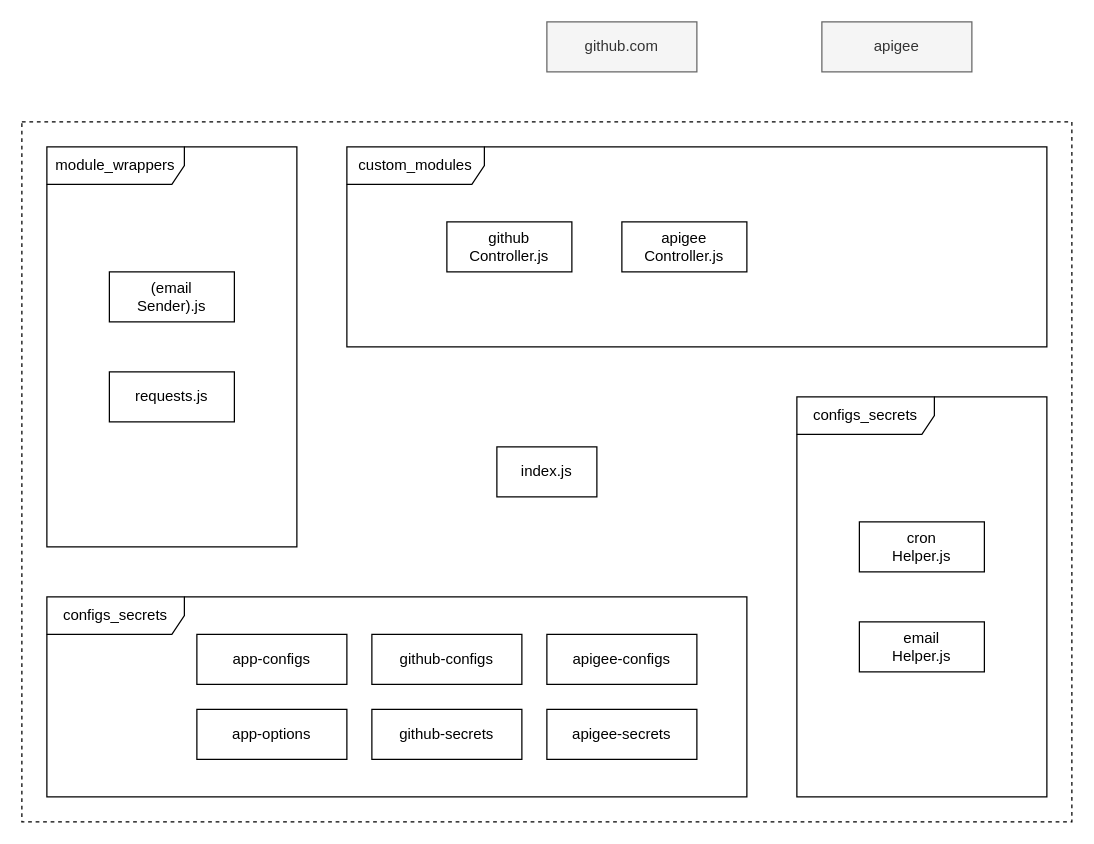
akshitsingla/drawio-diagrams keeps this draw.io diagram as page "modular-architecture" (2 of 3) of a4d/github-leaked-creds.drawio. Above is the earlier version. Source tidied: cells renumbered, new cells numbered last; positions are measured from the earlier drawing's top-left corner, leaving out a move shared by most shapes. Both pictures are drawn from the tidied source at 125%, with x=0, y=0 at pixel (21, 21).
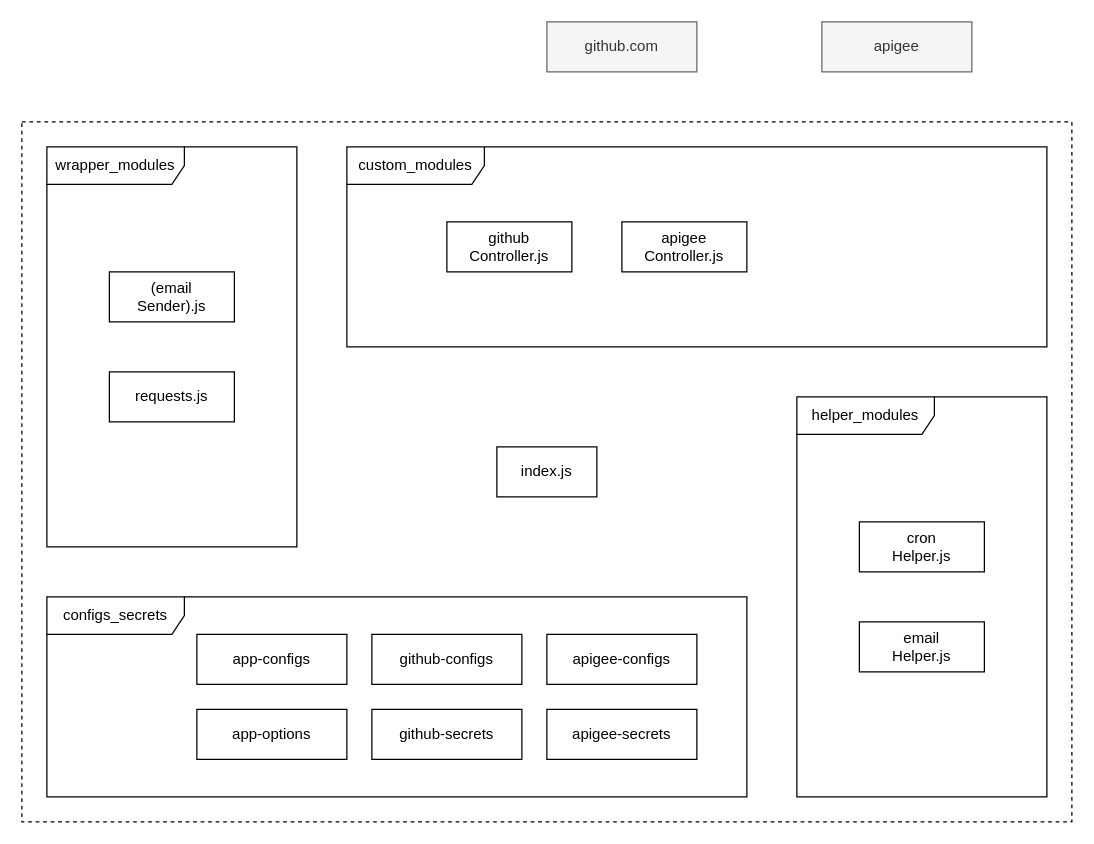
The same page after the edit.

What changed in the source:
```diff
@@
-    <mxCell id="4" value="module_wrappers" style="shape=umlFrame;whiteSpace=wrap;html=1;fillColor=#ffffff;width=110;height=30;" parent="1" vertex="1">
+    <mxCell id="4" value="wrapper_modules" style="shape=umlFrame;whiteSpace=wrap;html=1;fillColor=#ffffff;width=110;height=30;" parent="1" vertex="1">
       <mxGeometry x="20" y="100" width="200" height="320" as="geometry" />
     </mxCell>
-    <mxCell id="5" value="configs_secrets" style="shape=umlFrame;whiteSpace=wrap;html=1;fillColor=#ffffff;width=110;height=30;" parent="1" vertex="1">
+    <mxCell id="5" value="helper_modules" style="shape=umlFrame;whiteSpace=wrap;html=1;fillColor=#ffffff;width=110;height=30;" parent="1" vertex="1">
       <mxGeometry x="620" y="300" width="200" height="320" as="geometry" />
     </mxCell>
```
